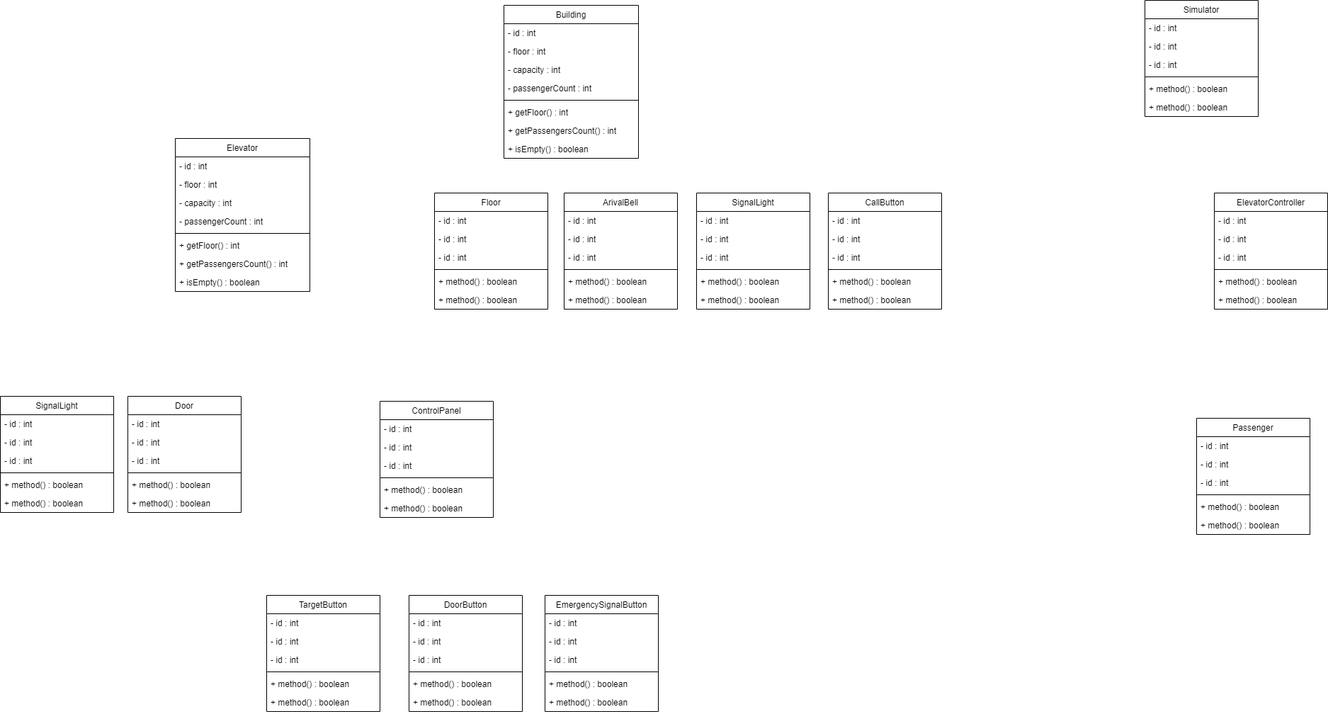
Earlier version of the draw.io export javaBasics-Patika.dev/oop/elevatorSimulationSystem.png (emreyldrm/Course). Source tidied: cells renumbered, new cells last; positions are measured from the earlier drawing's top-left corner, leaving out a move shared by most shapes.
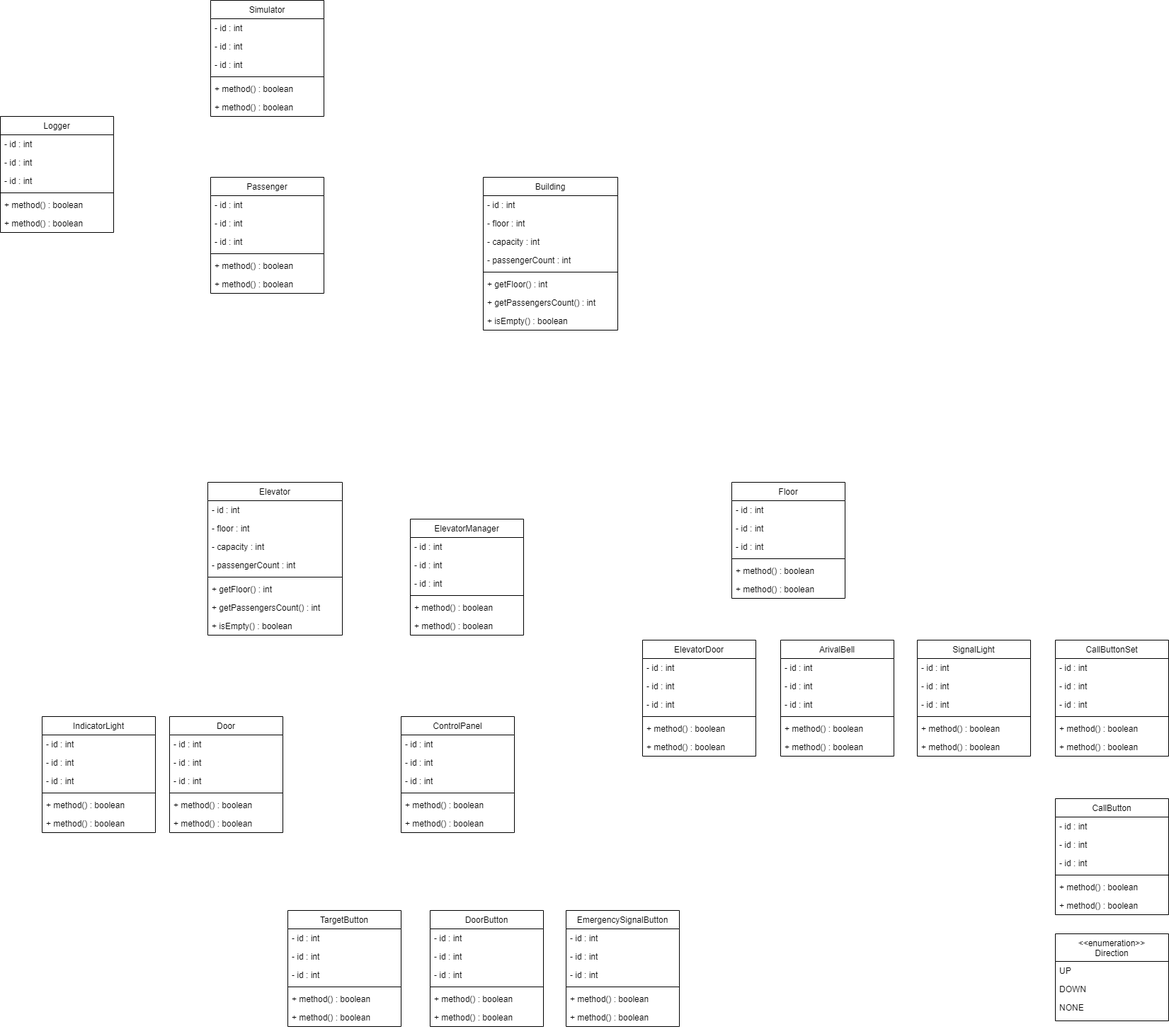
After the change.

The edit, as a diff of the source:
```diff
@@ -3,7 +3,7 @@
     <mxCell id="0" />
     <mxCell id="1" parent="0" />
     <mxCell id="2" value="Elevator" style="swimlane;fontStyle=0;align=center;verticalAlign=top;horizontal=1;startSize=26;rounded=0;shadow=0;strokeWidth=1;" parent="1" vertex="1">
-      <mxGeometry x="247" y="195" width="190" height="216" as="geometry" />
+      <mxGeometry x="-194" y="240" width="190" height="216" as="geometry" />
     </mxCell>
     <mxCell id="3" value="- id : int" style="text;align=left;verticalAlign=top;spacingLeft=4;spacingRight=4;overflow=hidden;" parent="2" vertex="1">
       <mxGeometry y="26" width="190" height="26" as="geometry" />
@@ -30,7 +30,7 @@
       <mxGeometry y="190" width="190" height="26" as="geometry" />
     </mxCell>
     <mxCell id="11" value="Passenger" style="swimlane;fontStyle=0;align=center;verticalAlign=top;horizontal=1;startSize=26;rounded=0;shadow=0;strokeWidth=1;" parent="1" vertex="1">
-      <mxGeometry x="1689" y="590" width="160" height="164" as="geometry" />
+      <mxGeometry x="-190" y="-191" width="160" height="164" as="geometry" />
     </mxCell>
     <mxCell id="12" value="- id : int" style="text;align=left;verticalAlign=top;spacingLeft=4;spacingRight=4;overflow=hidden;" parent="11" vertex="1">
       <mxGeometry y="26" width="160" height="26" as="geometry" />
@@ -51,7 +51,7 @@
       <mxGeometry y="138" width="160" height="26" as="geometry" />
     </mxCell>
     <mxCell id="18" value="ControlPanel" style="swimlane;fontStyle=0;align=center;verticalAlign=top;horizontal=1;startSize=26;rounded=0;shadow=0;strokeWidth=1;" parent="1" vertex="1">
-      <mxGeometry x="536" y="566" width="160" height="164" as="geometry" />
+      <mxGeometry x="79" y="571" width="160" height="164" as="geometry" />
     </mxCell>
     <mxCell id="19" value="- id : int" style="text;align=left;verticalAlign=top;spacingLeft=4;spacingRight=4;overflow=hidden;" parent="18" vertex="1">
       <mxGeometry y="26" width="160" height="26" as="geometry" />
@@ -71,29 +71,8 @@
     <mxCell id="24" value="+ method() : boolean" style="text;align=left;verticalAlign=top;spacingLeft=4;spacingRight=4;overflow=hidden;" parent="18" vertex="1">
       <mxGeometry y="138" width="160" height="26" as="geometry" />
     </mxCell>
-    <mxCell id="25" value="ElevatorController" style="swimlane;fontStyle=0;align=center;verticalAlign=top;horizontal=1;startSize=26;rounded=0;shadow=0;strokeWidth=1;" parent="1" vertex="1">
-      <mxGeometry x="1714" y="272" width="160" height="164" as="geometry" />
-    </mxCell>
-    <mxCell id="26" value="- id : int" style="text;align=left;verticalAlign=top;spacingLeft=4;spacingRight=4;overflow=hidden;" parent="25" vertex="1">
-      <mxGeometry y="26" width="160" height="26" as="geometry" />
-    </mxCell>
-    <mxCell id="27" value="- id : int" style="text;align=left;verticalAlign=top;spacingLeft=4;spacingRight=4;overflow=hidden;" parent="25" vertex="1">
-      <mxGeometry y="52" width="160" height="26" as="geometry" />
-    </mxCell>
-    <mxCell id="28" value="- id : int" style="text;align=left;verticalAlign=top;spacingLeft=4;spacingRight=4;overflow=hidden;" parent="25" vertex="1">
-      <mxGeometry y="78" width="160" height="26" as="geometry" />
-    </mxCell>
-    <mxCell id="29" style="line;html=1;strokeWidth=1;align=left;verticalAlign=middle;spacingTop=-1;spacingLeft=3;spacingRight=3;labelPosition=right;" parent="25" vertex="1">
-      <mxGeometry y="104" width="160" height="8" as="geometry" />
-    </mxCell>
-    <mxCell id="30" value="+ method() : boolean" style="text;align=left;verticalAlign=top;spacingLeft=4;spacingRight=4;overflow=hidden;" parent="25" vertex="1">
-      <mxGeometry y="112" width="160" height="26" as="geometry" />
-    </mxCell>
-    <mxCell id="31" value="+ method() : boolean" style="text;align=left;verticalAlign=top;spacingLeft=4;spacingRight=4;overflow=hidden;" parent="25" vertex="1">
-      <mxGeometry y="138" width="160" height="26" as="geometry" />
-    </mxCell>
-    <mxCell id="32" value="Simulator" style="swimlane;fontStyle=0;align=center;verticalAlign=top;horizontal=1;startSize=26;rounded=0;shadow=0;strokeWidth=1;" parent="1" vertex="1">
-      <mxGeometry x="1616" width="160" height="164" as="geometry" />
+    <mxCell id="32" value="ElevatorManager" style="swimlane;fontStyle=0;align=center;verticalAlign=top;horizontal=1;startSize=26;rounded=0;shadow=0;strokeWidth=1;" parent="1" vertex="1">
+      <mxGeometry x="92" y="292" width="160" height="164" as="geometry" />
     </mxCell>
     <mxCell id="33" value="- id : int" style="text;align=left;verticalAlign=top;spacingLeft=4;spacingRight=4;overflow=hidden;" parent="32" vertex="1">
       <mxGeometry y="26" width="160" height="26" as="geometry" />
@@ -113,8 +92,8 @@
     <mxCell id="38" value="+ method() : boolean" style="text;align=left;verticalAlign=top;spacingLeft=4;spacingRight=4;overflow=hidden;" parent="32" vertex="1">
       <mxGeometry y="138" width="160" height="26" as="geometry" />
     </mxCell>
-    <mxCell id="39" value="SignalLight" style="swimlane;fontStyle=0;align=center;verticalAlign=top;horizontal=1;startSize=26;rounded=0;shadow=0;strokeWidth=1;" parent="1" vertex="1">
-      <mxGeometry y="559" width="160" height="164" as="geometry" />
+    <mxCell id="39" value="IndicatorLight" style="swimlane;fontStyle=0;align=center;verticalAlign=top;horizontal=1;startSize=26;rounded=0;shadow=0;strokeWidth=1;" parent="1" vertex="1">
+      <mxGeometry x="-428" y="571" width="160" height="164" as="geometry" />
     </mxCell>
     <mxCell id="40" value="- id : int" style="text;align=left;verticalAlign=top;spacingLeft=4;spacingRight=4;overflow=hidden;" parent="39" vertex="1">
       <mxGeometry y="26" width="160" height="26" as="geometry" />
@@ -135,7 +114,7 @@
       <mxGeometry y="138" width="160" height="26" as="geometry" />
     </mxCell>
     <mxCell id="46" value="Door" style="swimlane;fontStyle=0;align=center;verticalAlign=top;horizontal=1;startSize=26;rounded=0;shadow=0;strokeWidth=1;" parent="1" vertex="1">
-      <mxGeometry x="180" y="559" width="160" height="164" as="geometry" />
+      <mxGeometry x="-248" y="571" width="160" height="164" as="geometry" />
     </mxCell>
     <mxCell id="47" value="- id : int" style="text;align=left;verticalAlign=top;spacingLeft=4;spacingRight=4;overflow=hidden;" parent="46" vertex="1">
       <mxGeometry y="26" width="160" height="26" as="geometry" />
@@ -156,7 +135,7 @@
       <mxGeometry y="138" width="160" height="26" as="geometry" />
     </mxCell>
     <mxCell id="53" value="Building" style="swimlane;fontStyle=0;align=center;verticalAlign=top;horizontal=1;startSize=26;rounded=0;shadow=0;strokeWidth=1;" parent="1" vertex="1">
-      <mxGeometry x="711" y="7" width="190" height="216" as="geometry" />
+      <mxGeometry x="195" y="-191" width="190" height="216" as="geometry" />
     </mxCell>
     <mxCell id="54" value="- id : int" style="text;align=left;verticalAlign=top;spacingLeft=4;spacingRight=4;overflow=hidden;" parent="53" vertex="1">
       <mxGeometry y="26" width="190" height="26" as="geometry" />
@@ -183,7 +162,7 @@
       <mxGeometry y="190" width="190" height="26" as="geometry" />
     </mxCell>
     <mxCell id="62" value="Floor" style="swimlane;fontStyle=0;align=center;verticalAlign=top;horizontal=1;startSize=26;rounded=0;shadow=0;strokeWidth=1;" parent="1" vertex="1">
-      <mxGeometry x="613" y="272" width="160" height="164" as="geometry" />
+      <mxGeometry x="546" y="240" width="160" height="164" as="geometry" />
     </mxCell>
     <mxCell id="63" value="- id : int" style="text;align=left;verticalAlign=top;spacingLeft=4;spacingRight=4;overflow=hidden;" parent="62" vertex="1">
       <mxGeometry y="26" width="160" height="26" as="geometry" />
@@ -204,7 +183,7 @@
       <mxGeometry y="138" width="160" height="26" as="geometry" />
     </mxCell>
     <mxCell id="69" value="TargetButton" style="swimlane;fontStyle=0;align=center;verticalAlign=top;horizontal=1;startSize=26;rounded=0;shadow=0;strokeWidth=1;" parent="1" vertex="1">
-      <mxGeometry x="376" y="840" width="160" height="164" as="geometry" />
+      <mxGeometry x="-81" y="845" width="160" height="164" as="geometry" />
     </mxCell>
     <mxCell id="70" value="- id : int" style="text;align=left;verticalAlign=top;spacingLeft=4;spacingRight=4;overflow=hidden;" parent="69" vertex="1">
       <mxGeometry y="26" width="160" height="26" as="geometry" />
@@ -225,7 +204,7 @@
       <mxGeometry y="138" width="160" height="26" as="geometry" />
     </mxCell>
     <mxCell id="76" value="DoorButton" style="swimlane;fontStyle=0;align=center;verticalAlign=top;horizontal=1;startSize=26;rounded=0;shadow=0;strokeWidth=1;" parent="1" vertex="1">
-      <mxGeometry x="577" y="840" width="160" height="164" as="geometry" />
+      <mxGeometry x="120" y="845" width="160" height="164" as="geometry" />
     </mxCell>
     <mxCell id="77" value="- id : int" style="text;align=left;verticalAlign=top;spacingLeft=4;spacingRight=4;overflow=hidden;" parent="76" vertex="1">
       <mxGeometry y="26" width="160" height="26" as="geometry" />
@@ -246,7 +225,7 @@
       <mxGeometry y="138" width="160" height="26" as="geometry" />
     </mxCell>
     <mxCell id="83" value="EmergencySignalButton" style="swimlane;fontStyle=0;align=center;verticalAlign=top;horizontal=1;startSize=26;rounded=0;shadow=0;strokeWidth=1;" parent="1" vertex="1">
-      <mxGeometry x="769" y="840" width="160" height="164" as="geometry" />
+      <mxGeometry x="312" y="845" width="160" height="164" as="geometry" />
     </mxCell>
     <mxCell id="84" value="- id : int" style="text;align=left;verticalAlign=top;spacingLeft=4;spacingRight=4;overflow=hidden;" parent="83" vertex="1">
       <mxGeometry y="26" width="160" height="26" as="geometry" />
@@ -267,7 +246,7 @@
       <mxGeometry y="138" width="160" height="26" as="geometry" />
     </mxCell>
     <mxCell id="90" value="ArivalBell" style="swimlane;fontStyle=0;align=center;verticalAlign=top;horizontal=1;startSize=26;rounded=0;shadow=0;strokeWidth=1;" parent="1" vertex="1">
-      <mxGeometry x="796" y="272" width="160" height="164" as="geometry" />
+      <mxGeometry x="615" y="463" width="160" height="164" as="geometry" />
     </mxCell>
     <mxCell id="91" value="- id : int" style="text;align=left;verticalAlign=top;spacingLeft=4;spacingRight=4;overflow=hidden;" parent="90" vertex="1">
       <mxGeometry y="26" width="160" height="26" as="geometry" />
@@ -288,7 +267,7 @@
       <mxGeometry y="138" width="160" height="26" as="geometry" />
     </mxCell>
     <mxCell id="97" value="SignalLight" style="swimlane;fontStyle=0;align=center;verticalAlign=top;horizontal=1;startSize=26;rounded=0;shadow=0;strokeWidth=1;" parent="1" vertex="1">
-      <mxGeometry x="983" y="272" width="160" height="164" as="geometry" />
+      <mxGeometry x="808" y="463" width="160" height="164" as="geometry" />
     </mxCell>
     <mxCell id="98" value="- id : int" style="text;align=left;verticalAlign=top;spacingLeft=4;spacingRight=4;overflow=hidden;" parent="97" vertex="1">
       <mxGeometry y="26" width="160" height="26" as="geometry" />
@@ -308,8 +287,8 @@
     <mxCell id="103" value="+ method() : boolean" style="text;align=left;verticalAlign=top;spacingLeft=4;spacingRight=4;overflow=hidden;" parent="97" vertex="1">
       <mxGeometry y="138" width="160" height="26" as="geometry" />
     </mxCell>
-    <mxCell id="104" value="CallButton" style="swimlane;fontStyle=0;align=center;verticalAlign=top;horizontal=1;startSize=26;rounded=0;shadow=0;strokeWidth=1;" parent="1" vertex="1">
-      <mxGeometry x="1169" y="272" width="160" height="164" as="geometry" />
+    <mxCell id="104" value="CallButtonSet" style="swimlane;fontStyle=0;align=center;verticalAlign=top;horizontal=1;startSize=26;rounded=0;shadow=0;strokeWidth=1;" parent="1" vertex="1">
+      <mxGeometry x="1003" y="463" width="160" height="164" as="geometry" />
     </mxCell>
     <mxCell id="105" value="- id : int" style="text;align=left;verticalAlign=top;spacingLeft=4;spacingRight=4;overflow=hidden;" parent="104" vertex="1">
       <mxGeometry y="26" width="160" height="26" as="geometry" />
@@ -329,5 +308,101 @@
     <mxCell id="110" value="+ method() : boolean" style="text;align=left;verticalAlign=top;spacingLeft=4;spacingRight=4;overflow=hidden;" parent="104" vertex="1">
       <mxGeometry y="138" width="160" height="26" as="geometry" />
     </mxCell>
+    <mxCell id="111" value="ElevatorDoor" style="swimlane;fontStyle=0;align=center;verticalAlign=top;horizontal=1;startSize=26;rounded=0;shadow=0;strokeWidth=1;" parent="1" vertex="1">
+      <mxGeometry x="420" y="463" width="160" height="164" as="geometry" />
+    </mxCell>
+    <mxCell id="112" value="- id : int" style="text;align=left;verticalAlign=top;spacingLeft=4;spacingRight=4;overflow=hidden;" parent="111" vertex="1">
+      <mxGeometry y="26" width="160" height="26" as="geometry" />
+    </mxCell>
+    <mxCell id="113" value="- id : int" style="text;align=left;verticalAlign=top;spacingLeft=4;spacingRight=4;overflow=hidden;" parent="111" vertex="1">
+      <mxGeometry y="52" width="160" height="26" as="geometry" />
+    </mxCell>
+    <mxCell id="114" value="- id : int" style="text;align=left;verticalAlign=top;spacingLeft=4;spacingRight=4;overflow=hidden;" parent="111" vertex="1">
+      <mxGeometry y="78" width="160" height="26" as="geometry" />
+    </mxCell>
+    <mxCell id="115" style="line;html=1;strokeWidth=1;align=left;verticalAlign=middle;spacingTop=-1;spacingLeft=3;spacingRight=3;labelPosition=right;" parent="111" vertex="1">
+      <mxGeometry y="104" width="160" height="8" as="geometry" />
+    </mxCell>
+    <mxCell id="116" value="+ method() : boolean" style="text;align=left;verticalAlign=top;spacingLeft=4;spacingRight=4;overflow=hidden;" parent="111" vertex="1">
+      <mxGeometry y="112" width="160" height="26" as="geometry" />
+    </mxCell>
+    <mxCell id="117" value="+ method() : boolean" style="text;align=left;verticalAlign=top;spacingLeft=4;spacingRight=4;overflow=hidden;" parent="111" vertex="1">
+      <mxGeometry y="138" width="160" height="26" as="geometry" />
+    </mxCell>
+    <mxCell id="118" value="CallButton" style="swimlane;fontStyle=0;align=center;verticalAlign=top;horizontal=1;startSize=26;rounded=0;shadow=0;strokeWidth=1;" parent="1" vertex="1">
+      <mxGeometry x="1003" y="687" width="160" height="164" as="geometry" />
+    </mxCell>
+    <mxCell id="119" value="- id : int" style="text;align=left;verticalAlign=top;spacingLeft=4;spacingRight=4;overflow=hidden;" parent="118" vertex="1">
+      <mxGeometry y="26" width="160" height="26" as="geometry" />
+    </mxCell>
+    <mxCell id="120" value="- id : int" style="text;align=left;verticalAlign=top;spacingLeft=4;spacingRight=4;overflow=hidden;" parent="118" vertex="1">
+      <mxGeometry y="52" width="160" height="26" as="geometry" />
+    </mxCell>
+    <mxCell id="121" value="- id : int" style="text;align=left;verticalAlign=top;spacingLeft=4;spacingRight=4;overflow=hidden;" parent="118" vertex="1">
+      <mxGeometry y="78" width="160" height="26" as="geometry" />
+    </mxCell>
+    <mxCell id="122" style="line;html=1;strokeWidth=1;align=left;verticalAlign=middle;spacingTop=-1;spacingLeft=3;spacingRight=3;labelPosition=right;" parent="118" vertex="1">
+      <mxGeometry y="104" width="160" height="8" as="geometry" />
+    </mxCell>
+    <mxCell id="123" value="+ method() : boolean" style="text;align=left;verticalAlign=top;spacingLeft=4;spacingRight=4;overflow=hidden;" parent="118" vertex="1">
+      <mxGeometry y="112" width="160" height="26" as="geometry" />
+    </mxCell>
+    <mxCell id="124" value="+ method() : boolean" style="text;align=left;verticalAlign=top;spacingLeft=4;spacingRight=4;overflow=hidden;" parent="118" vertex="1">
+      <mxGeometry y="138" width="160" height="26" as="geometry" />
+    </mxCell>
+    <mxCell id="125" value="&lt;&lt;enumeration&gt;&gt;&#10;Direction" style="swimlane;fontStyle=0;align=center;verticalAlign=top;horizontal=1;startSize=39;rounded=0;shadow=0;strokeWidth=1;" parent="1" vertex="1">
+      <mxGeometry x="1003" y="878" width="160" height="123" as="geometry" />
+    </mxCell>
+    <mxCell id="126" value="UP" style="text;align=left;verticalAlign=top;spacingLeft=4;spacingRight=4;overflow=hidden;" parent="125" vertex="1">
+      <mxGeometry y="39" width="160" height="26" as="geometry" />
+    </mxCell>
+    <mxCell id="127" value="DOWN" style="text;align=left;verticalAlign=top;spacingLeft=4;spacingRight=4;overflow=hidden;" parent="125" vertex="1">
+      <mxGeometry y="65" width="160" height="26" as="geometry" />
+    </mxCell>
+    <mxCell id="128" value="NONE" style="text;align=left;verticalAlign=top;spacingLeft=4;spacingRight=4;overflow=hidden;" parent="125" vertex="1">
+      <mxGeometry y="91" width="160" height="26" as="geometry" />
+    </mxCell>
+    <mxCell id="129" value="Simulator" style="swimlane;fontStyle=0;align=center;verticalAlign=top;horizontal=1;startSize=26;rounded=0;shadow=0;strokeWidth=1;" parent="1" vertex="1">
+      <mxGeometry x="-190" y="-441" width="160" height="164" as="geometry" />
+    </mxCell>
+    <mxCell id="130" value="- id : int" style="text;align=left;verticalAlign=top;spacingLeft=4;spacingRight=4;overflow=hidden;" parent="129" vertex="1">
+      <mxGeometry y="26" width="160" height="26" as="geometry" />
+    </mxCell>
+    <mxCell id="131" value="- id : int" style="text;align=left;verticalAlign=top;spacingLeft=4;spacingRight=4;overflow=hidden;" parent="129" vertex="1">
+      <mxGeometry y="52" width="160" height="26" as="geometry" />
+    </mxCell>
+    <mxCell id="132" value="- id : int" style="text;align=left;verticalAlign=top;spacingLeft=4;spacingRight=4;overflow=hidden;" parent="129" vertex="1">
+      <mxGeometry y="78" width="160" height="26" as="geometry" />
+    </mxCell>
+    <mxCell id="133" style="line;html=1;strokeWidth=1;align=left;verticalAlign=middle;spacingTop=-1;spacingLeft=3;spacingRight=3;labelPosition=right;" parent="129" vertex="1">
+      <mxGeometry y="104" width="160" height="8" as="geometry" />
+    </mxCell>
+    <mxCell id="134" value="+ method() : boolean" style="text;align=left;verticalAlign=top;spacingLeft=4;spacingRight=4;overflow=hidden;" parent="129" vertex="1">
+      <mxGeometry y="112" width="160" height="26" as="geometry" />
+    </mxCell>
+    <mxCell id="135" value="+ method() : boolean" style="text;align=left;verticalAlign=top;spacingLeft=4;spacingRight=4;overflow=hidden;" parent="129" vertex="1">
+      <mxGeometry y="138" width="160" height="26" as="geometry" />
+    </mxCell>
+    <mxCell id="136" value="Logger" style="swimlane;fontStyle=0;align=center;verticalAlign=top;horizontal=1;startSize=26;rounded=0;shadow=0;strokeWidth=1;" parent="1" vertex="1">
+      <mxGeometry x="-487" y="-277" width="160" height="164" as="geometry" />
+    </mxCell>
+    <mxCell id="137" value="- id : int" style="text;align=left;verticalAlign=top;spacingLeft=4;spacingRight=4;overflow=hidden;" parent="136" vertex="1">
+      <mxGeometry y="26" width="160" height="26" as="geometry" />
+    </mxCell>
+    <mxCell id="138" value="- id : int" style="text;align=left;verticalAlign=top;spacingLeft=4;spacingRight=4;overflow=hidden;" parent="136" vertex="1">
+      <mxGeometry y="52" width="160" height="26" as="geometry" />
+    </mxCell>
+    <mxCell id="139" value="- id : int" style="text;align=left;verticalAlign=top;spacingLeft=4;spacingRight=4;overflow=hidden;" parent="136" vertex="1">
+      <mxGeometry y="78" width="160" height="26" as="geometry" />
+    </mxCell>
+    <mxCell id="140" style="line;html=1;strokeWidth=1;align=left;verticalAlign=middle;spacingTop=-1;spacingLeft=3;spacingRight=3;labelPosition=right;" parent="136" vertex="1">
+      <mxGeometry y="104" width="160" height="8" as="geometry" />
+    </mxCell>
+    <mxCell id="141" value="+ method() : boolean" style="text;align=left;verticalAlign=top;spacingLeft=4;spacingRight=4;overflow=hidden;" parent="136" vertex="1">
+      <mxGeometry y="112" width="160" height="26" as="geometry" />
+    </mxCell>
+    <mxCell id="142" value="+ method() : boolean" style="text;align=left;verticalAlign=top;spacingLeft=4;spacingRight=4;overflow=hidden;" parent="136" vertex="1">
+      <mxGeometry y="138" width="160" height="26" as="geometry" />
+    </mxCell>
   </root>
 </mxGraphModel>
```
